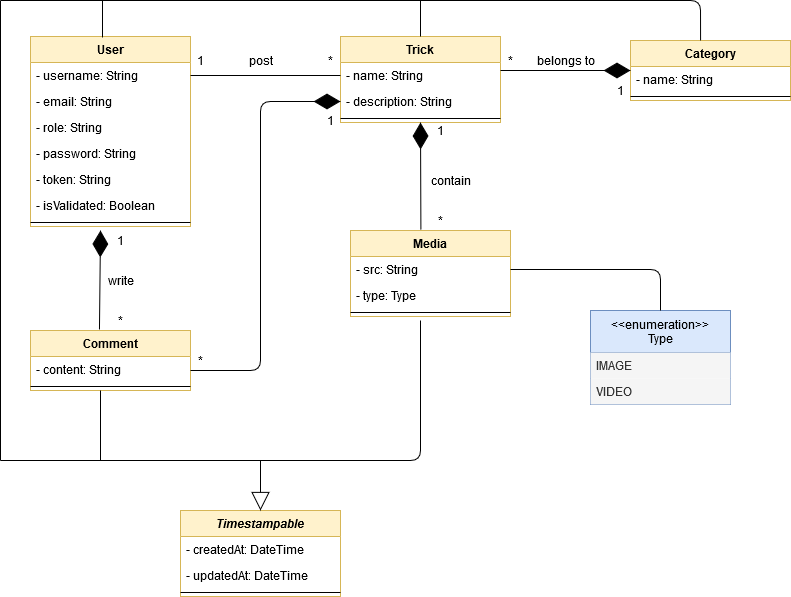
The draw.io diagram diagrams/Class.png in Eredost/SnowTricks, before a commit. Source tidied: cells renumbered, new cells last; positions are measured from the earlier drawing's top-left corner, leaving out a move shared by most shapes.
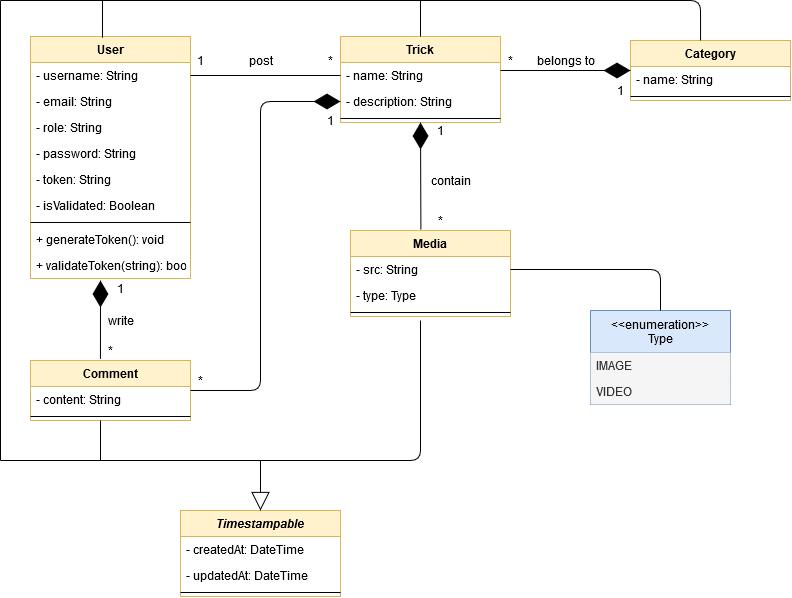
Later version of the same file.

Commit message:
docs: update class diagram according to the new User entity methods

Diff of the diagram source:
```diff
@@ -52,7 +52,7 @@
       </mxGeometry>
     </mxCell>
     <mxCell id="17" value="User" style="swimlane;fontStyle=1;align=center;verticalAlign=top;horizontal=1;startSize=26;fillColor=#fff2cc;strokeColor=#d6b656;" parent="1" vertex="1">
-      <mxGeometry x="30" y="36" width="160" height="190" as="geometry" />
+      <mxGeometry x="30" y="36" width="160" height="242" as="geometry" />
     </mxCell>
     <mxCell id="18" value="- username: String" style="text;strokeColor=none;fillColor=none;align=left;verticalAlign=top;spacingLeft=4;spacingRight=4;overflow=hidden;points=[[0,0.5],[1,0.5]];portConstraint=eastwest;" parent="17" vertex="1">
       <mxGeometry y="26" width="160" height="26" as="geometry" />
@@ -75,8 +75,14 @@
     <mxCell id="24" style="line;strokeWidth=1;fillColor=none;align=left;verticalAlign=middle;spacingTop=-1;spacingLeft=3;spacingRight=3;labelPosition=right;" parent="17" vertex="1">
       <mxGeometry y="182" width="160" height="8" as="geometry" />
     </mxCell>
+    <mxCell id="58" value="+ generateToken(): void" style="text;strokeColor=none;fillColor=none;align=left;verticalAlign=top;spacingLeft=4;spacingRight=4;overflow=hidden;" parent="17" vertex="1">
+      <mxGeometry y="190" width="160" height="26" as="geometry" />
+    </mxCell>
+    <mxCell id="59" value="+ validateToken(string): bool" style="text;strokeColor=none;fillColor=none;align=left;verticalAlign=top;spacingLeft=4;spacingRight=4;overflow=hidden;" parent="17" vertex="1">
+      <mxGeometry y="216" width="160" height="26" as="geometry" />
+    </mxCell>
     <mxCell id="25" value="Comment" style="swimlane;fontStyle=1;align=center;verticalAlign=top;horizontal=1;startSize=26;fillColor=#fff2cc;strokeColor=#d6b656;" parent="1" vertex="1">
-      <mxGeometry x="30" y="330" width="160" height="60" as="geometry" />
+      <mxGeometry x="30" y="360" width="160" height="60" as="geometry" />
     </mxCell>
     <mxCell id="26" value="- content: String" style="text;strokeColor=none;fillColor=none;align=left;verticalAlign=top;spacingLeft=4;spacingRight=4;overflow=hidden;" parent="25" vertex="1">
       <mxGeometry y="26" width="160" height="26" as="geometry" />
@@ -102,18 +108,17 @@
     <mxCell id="32" value="belongs to" style="text;html=1;align=center;verticalAlign=middle;" parent="1" vertex="1">
       <mxGeometry x="530" y="50" width="70" height="20" as="geometry" />
     </mxCell>
-    <mxCell id="33" style="endArrow=diamondThin;endFill=1;endSize=24;html=1;entryX=0;entryY=0.5;entryDx=0;entryDy=0;" parent="1" edge="1" target="7">
+    <mxCell id="33" style="endArrow=diamondThin;endFill=1;endSize=24;html=1;entryX=0;entryY=0.5;entryDx=0;entryDy=0;exitX=1;exitY=0.5;exitDx=0;exitDy=0;" parent="1" edge="1" source="25" target="7">
       <mxGeometry relative="1" as="geometry">
-        <mxPoint x="190" y="370" as="sourcePoint" />
         <Array as="points">
-          <mxPoint x="260" y="370" />
+          <mxPoint x="260" y="390" />
           <mxPoint x="260" y="101" />
         </Array>
       </mxGeometry>
     </mxCell>
-    <mxCell id="34" style="endArrow=diamondThin;endFill=1;endSize=24;html=1;exitX=0.431;exitY=-0.017;exitDx=0;exitDy=0;exitPerimeter=0;" parent="1" edge="1" source="25">
+    <mxCell id="34" style="endArrow=diamondThin;endFill=1;endSize=24;html=1;exitX=-0.003;exitY=0.922;exitDx=0;exitDy=0;exitPerimeter=0;" parent="1" edge="1" source="44">
       <mxGeometry relative="1" as="geometry">
-        <mxPoint x="100" y="230" as="targetPoint" />
+        <mxPoint x="100" y="280" as="targetPoint" />
       </mxGeometry>
     </mxCell>
     <mxCell id="35" value="1" style="text;html=1;align=center;verticalAlign=middle;" parent="1" vertex="1">
@@ -138,19 +143,19 @@
       <mxGeometry x="320" y="50" width="20" height="20" as="geometry" />
     </mxCell>
     <mxCell id="42" value="write" style="text;html=1;align=center;verticalAlign=middle;" parent="1" vertex="1">
-      <mxGeometry x="100" y="270" width="40" height="20" as="geometry" />
+      <mxGeometry x="100" y="310" width="40" height="20" as="geometry" />
     </mxCell>
     <mxCell id="43" value="1" style="text;html=1;align=center;verticalAlign=middle;" parent="1" vertex="1">
-      <mxGeometry x="110" y="230" width="20" height="20" as="geometry" />
+      <mxGeometry x="110" y="278" width="20" height="20" as="geometry" />
     </mxCell>
     <mxCell id="44" value="*" style="text;html=1;align=center;verticalAlign=middle;points=[];" parent="1" vertex="1">
-      <mxGeometry x="110" y="310" width="20" height="20" as="geometry" />
+      <mxGeometry x="100" y="340" width="20" height="20" as="geometry" />
     </mxCell>
     <mxCell id="45" value="1" style="text;html=1;align=center;verticalAlign=middle;" parent="1" vertex="1">
       <mxGeometry x="320" y="110" width="20" height="20" as="geometry" />
     </mxCell>
     <mxCell id="46" value="*" style="text;html=1;align=center;verticalAlign=middle;" parent="1" vertex="1">
-      <mxGeometry x="190" y="350" width="20" height="20" as="geometry" />
+      <mxGeometry x="190" y="370" width="20" height="20" as="geometry" />
     </mxCell>
     <mxCell id="47" value="Timestampable" style="swimlane;fontStyle=3;align=center;verticalAlign=top;horizontal=1;startSize=26;fillColor=#fff2cc;strokeColor=#d6b656;" parent="1" vertex="1">
       <mxGeometry x="180" y="510" width="160" height="86" as="geometry" />
@@ -197,16 +202,16 @@
         </Array>
       </mxGeometry>
     </mxCell>
-    <mxCell id="56" style="endArrow=none;html=1;" parent="1" edge="1">
-      <mxGeometry relative="1" as="geometry">
-        <mxPoint x="100" y="460" as="sourcePoint" />
-        <mxPoint x="100" y="390" as="targetPoint" />
-      </mxGeometry>
-    </mxCell>
     <mxCell id="57" style="endArrow=block;endSize=16;endFill=0;html=1;entryX=0.5;entryY=0;entryDx=0;entryDy=0;" parent="1" edge="1" target="47">
       <mxGeometry relative="1" as="geometry">
         <mxPoint x="260" y="460" as="sourcePoint" />
       </mxGeometry>
     </mxCell>
+    <mxCell id="60" style="endArrow=none;html=1;" parent="1" edge="1">
+      <mxGeometry relative="1" as="geometry">
+        <mxPoint x="100" y="460" as="sourcePoint" />
+        <mxPoint x="100" y="420" as="targetPoint" />
+      </mxGeometry>
+    </mxCell>
   </root>
 </mxGraphModel>
```
